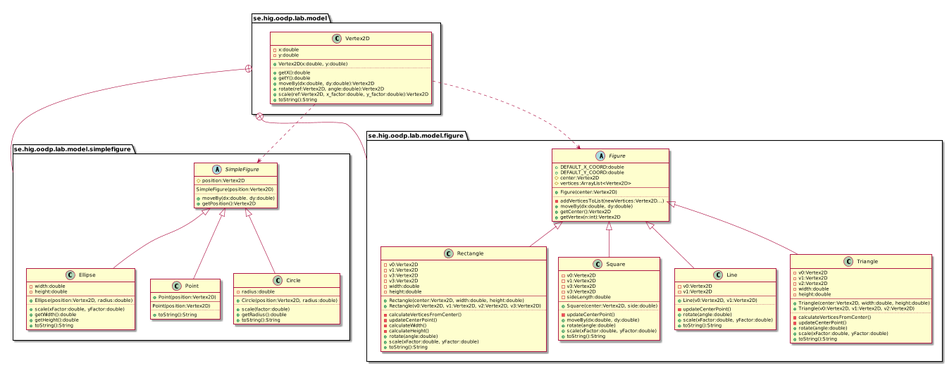
Before: diagram/uppgift2-icons.png, a diagram exported from PlantUML (jonasjberg/DVG303_lab2). Its diagram source:
```plantuml
@startuml
!pragma svek_trace on

skinparam packageStyle folder



package se.hig.oodp.lab.model {
    class Vertex2D {
        -x:double
        -y:double
        --
        +Vertex2D(x:double, y:double)
        ..
        +getX():double
        +getY():double
        +moveBy(dx:double, dy:double):Vertex2D
        +rotate(ref:Vertex2D, angle:double):Vertex2D
        +scale(ref:Vertex2D, x_factor:double, y_factor:double):Vertex2D
        +toString():String
    }
}

package se.hig.oodp.lab.model.simplefigure {
    abstract class SimpleFigure {
        #position:Vertex2D
        --
        SimpleFigure(position:Vertex2D)
        ..
        +moveBy(dx:double. dy:double)
        +getPosition():Vertex2D
    }

    class Point {
        +Point(position:Vertex2D)
        --
        Point(position:Vertex2D)
        ..
        +toString():String
    }

    class Circle {
        -radius:double
        --
        +Circle(position:Vertex2D, radius:double)
        ..
        +scale(factor:double)
        +getRadius():double
        +toString():String
    }

    class Ellipse {
        -width:double
        -height:double
        --
        +Ellipse(position:Vertex2D, radius:double)
        ..
        +scale(xFactor:double, yFactor:double)
        +getWidth():double
        +getHeight():double
        +toString():String
    }
}

package se.hig.oodp.lab.model.figure {
    abstract class Figure {
        +DEFAULT_X_COORD:double
        +DEFAULT_Y_COORD:double
        #center:Vertex2D
        #vertices:ArrayList<Vertex2D>
        --
        +Figure(center:Vertex2D)
        ..
        -addVerticesToList(newVertices:Vertex2D...)
        +moveBy(dx:double, dy:double)
        +getCenter():Vertex2D
        +getVertex(n:int):Vertex2D
    }

    class Line {
        -v0:Vertex2D
        -v1:Vertex2D
        --
        +Line(v0:Vertex2D, v1:Vertex2D)
        ..
        -updateCenterPoint()
        +rotate(angle:double)
        +scale(xFactor:double, yFactor:double)
        +toString():String
    }

    class Triangle {
        -v0:Vertex2D
        -v1:Vertex2D
        -v2:Vertex2D
        -width:double
        -height:double
        --
        +Triangle(center:Vertex2D, width:double, height:double)
        +Triangle(v0:Vertex2D, v1:Vertex2D, v2:Vertex2D)
        ..
        -calculateVerticesFromCenter()
        -updateCenterPoint()
        +rotate(angle:double)
        +scale(xFactor:double, yFactor:double)
        +toString():String
    }

    class Rectangle {
        -v0:Vertex2D
        -v1:Vertex2D
        -v3:Vertex2D
        -v3:Vertex2D
        -width:double
        -height:double
        --
        +Rectangle(center:Vertex2D, width:double, height:double)
        +Rectangle(v0:Vertex2D, v1:Vertex2D, v2:Vertex2D, v3:Vertex2D)
        ..
        -calculateVerticesFromCenter()
        -updateCenterPoint()
        -calculateWidth()
        -calculateHeight()
        +rotate(angle:double)
        +scale(xFactor:double, yFactor:double)
        +toString():String
    }

    class Square {
        -v0:Vertex2D
        -v1:Vertex2D
        -v3:Vertex2D
        -v3:Vertex2D
        -sideLength:double
        --
        +Square(center:Vertex2D, side:double)
        ..
        -updateCenterPoint()
        +moveBy(dx:double, dy:double)
        +rotate(angle:double)
        +scale(xFactor:double, yFactor:double)
        +toString():String
    }
}


se.hig.oodp.lab.model +-- se.hig.oodp.lab.model.figure
se.hig.oodp.lab.model +-- se.hig.oodp.lab.model.simplefigure



Figure <.. Vertex2D
SimpleFigure <.. Vertex2D

SimpleFigure <|-- Point
SimpleFigure <|-- Circle
SimpleFigure <|-- Ellipse

Figure <|-- Line
Figure <|-- Triangle
Figure <|-- Rectangle
Figure <|-- Square




@enduml
```
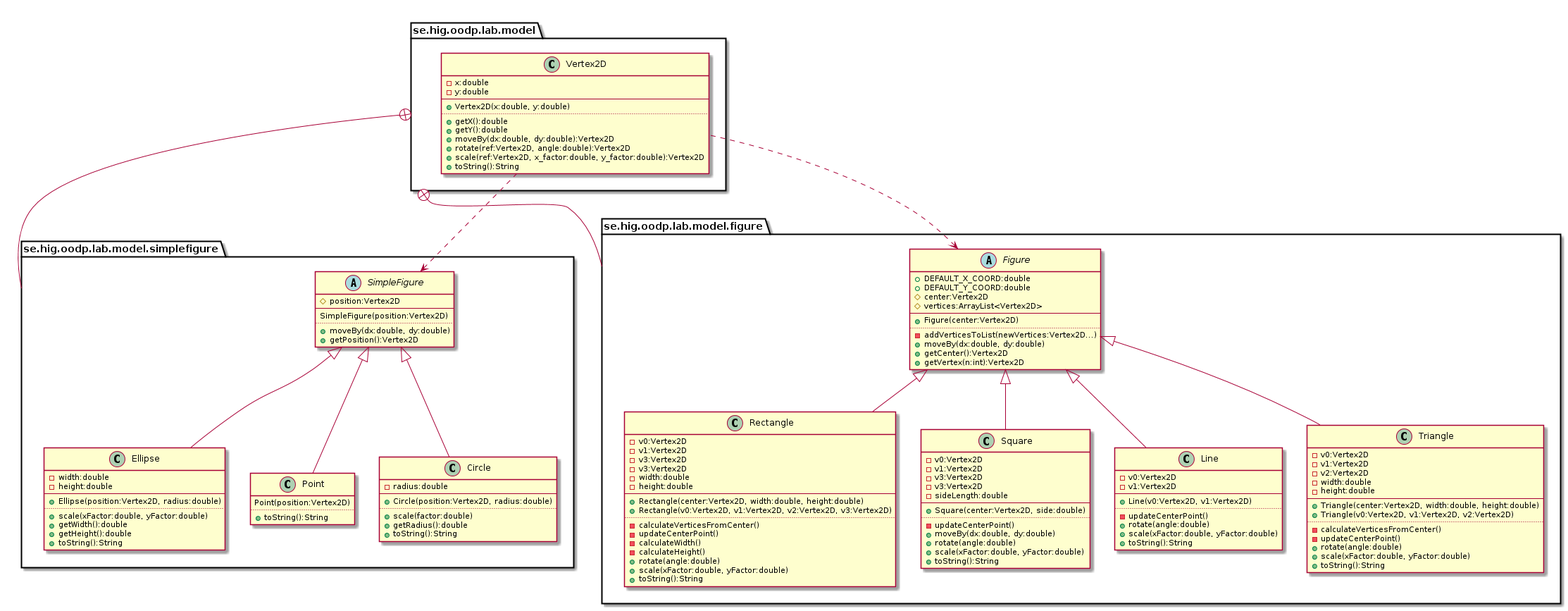
The same diagram one commit later.

Change to the diagram source:
```diff
@@ -27,13 +27,11 @@
         --
         SimpleFigure(position:Vertex2D)
         ..
-        +moveBy(dx:double. dy:double)
+        +moveBy(dx:double, dy:double)
         +getPosition():Vertex2D
     }
 
     class Point {
-        +Point(position:Vertex2D)
-        --
         Point(position:Vertex2D)
         ..
         +toString():String
```
